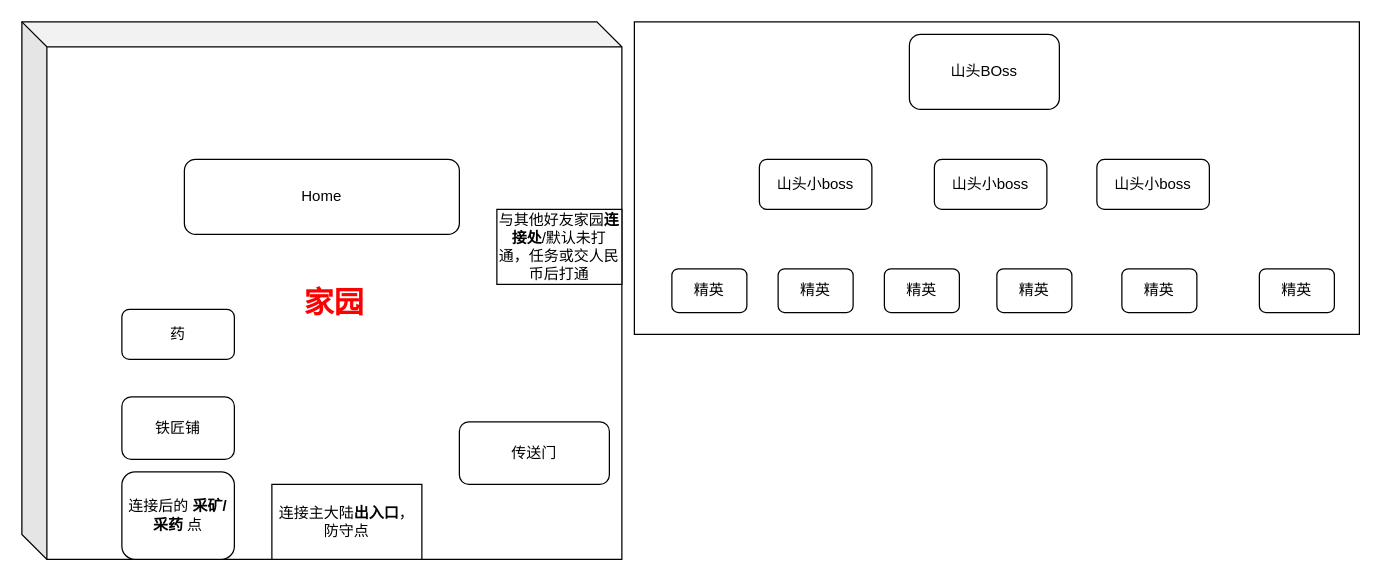
simugongzi/ServerDoc keeps this draw.io diagram as Server.drawio. Above is the earlier version. Source tidied: cells renumbered, new cells numbered last; positions are measured from the earlier drawing's top-left corner, leaving out a move shared by most shapes. Both pictures are drawn from the tidied source at 125%, with x=0, y=0 at pixel (21, 21).
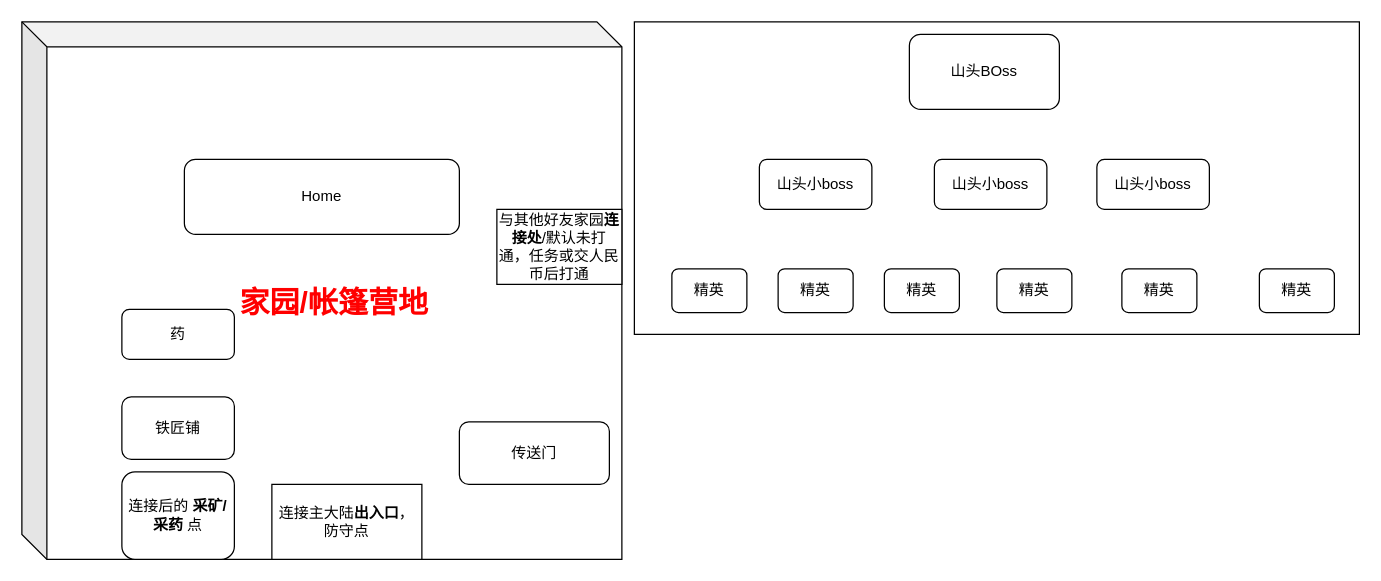
After the change.

Diff of the diagram source:
```diff
@@
-    <mxCell id="3" value="&lt;h1&gt;&lt;font color=&quot;#ff0000&quot;&gt;家园&lt;/font&gt;&lt;/h1&gt;" style="shape=cube;whiteSpace=wrap;html=1;boundedLbl=1;backgroundOutline=1;darkOpacity=0.05;darkOpacity2=0.1;" parent="1" vertex="1">
+    <mxCell id="3" value="&lt;h1&gt;&lt;font color=&quot;#ff0000&quot;&gt;家园/帐篷营地&lt;/font&gt;&lt;/h1&gt;" style="shape=cube;whiteSpace=wrap;html=1;boundedLbl=1;backgroundOutline=1;darkOpacity=0.05;darkOpacity2=0.1;" parent="1" vertex="1">
       <mxGeometry width="480" height="430" as="geometry" />
     </mxCell>
```
